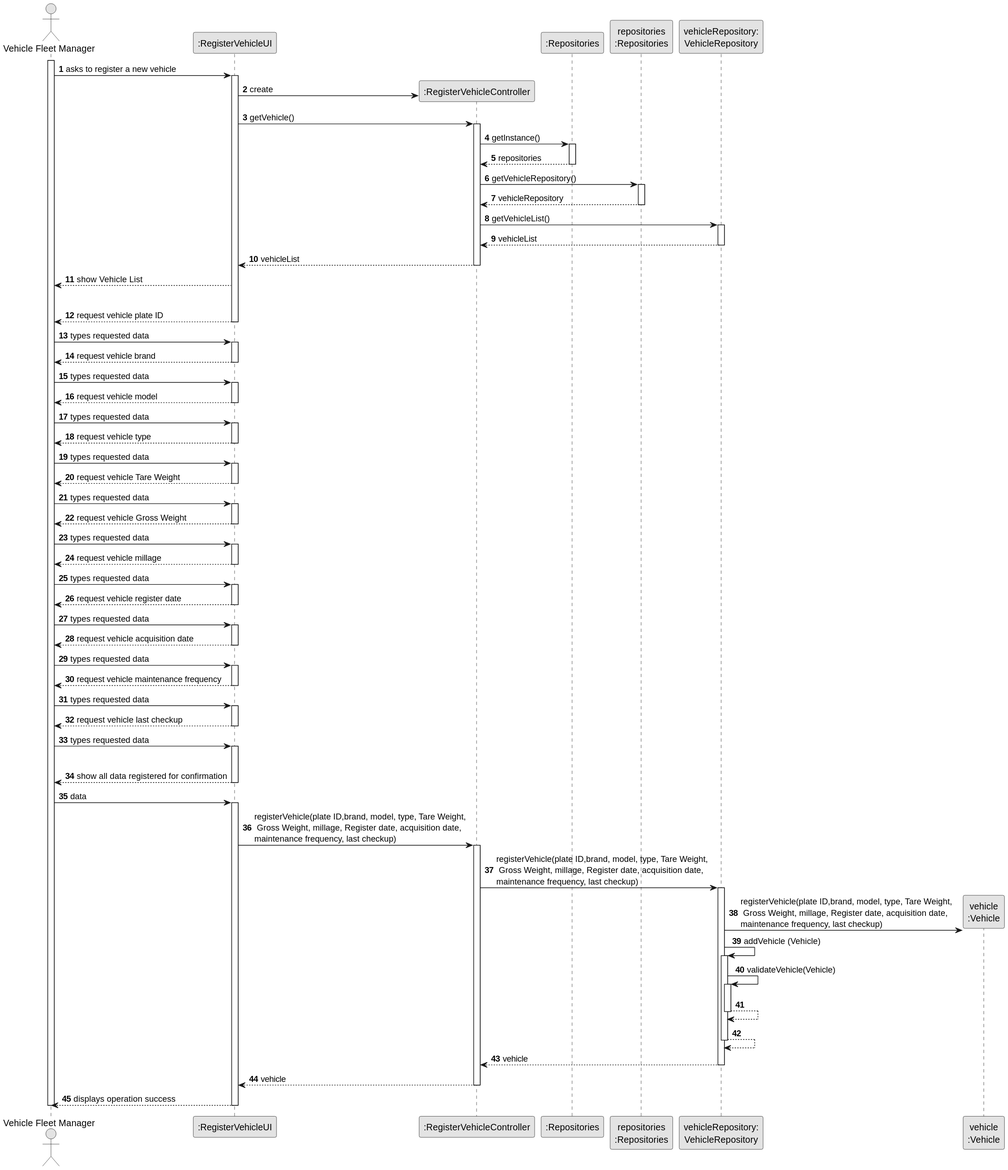
SAEmanuel/Green_Spaces_Management_ISEP keeps this PlantUML diagram as docs/sprintB/us006/03.design/svg/us006-sequence-diagram-full.svg. Above is the earlier version.
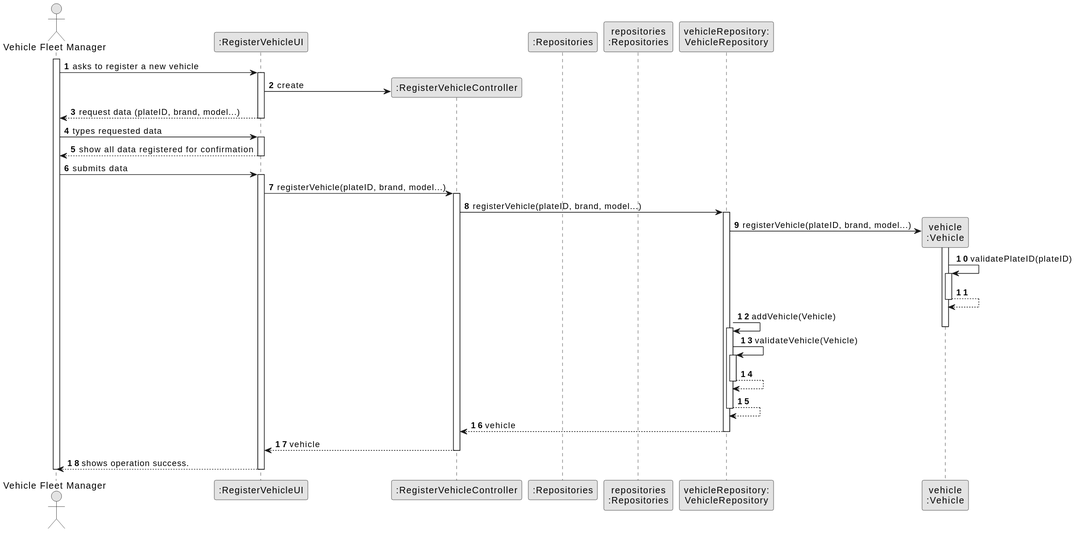
After the change.

Change to the diagram source:
```diff
@@ -21,118 +21,38 @@
 
             UI -> CTRL** : create
 
-            UI -> CTRL : getVehicle()
-            activate CTRL
-
-                CTRL -> RepositorySingleton : getInstance()
-                activate RepositorySingleton
-
-                    RepositorySingleton --> CTRL: repositories
-                deactivate RepositorySingleton
-
-                CTRL -> PLAT : getVehicleRepository()
-                activate PLAT
-
-                    PLAT --> CTRL: vehicleRepository
-                deactivate PLAT
-
-                CTRL -> vehicleRepository : getVehicleList()
-                activate vehicleRepository
-
-                    vehicleRepository --> CTRL : vehicleList
-                deactivate vehicleRepository
-
-                CTRL --> UI : vehicleList
-            deactivate CTRL
-
-
-        UI --> VFM : show Vehicle List
-        |||
-        UI --> VFM : request vehicle plate ID
+        UI --> VFM : request data (plateID, brand, model...)
             deactivate UI
 
         VFM -> UI : types requested data
         activate UI
 
-        UI --> VFM : request vehicle brand
-        deactivate UI
-
-        VFM -> UI : types requested data
-        activate UI
-
-        UI --> VFM : request vehicle model
-        deactivate UI
-
-        VFM -> UI : types requested data
-        activate UI
-
-        UI --> VFM : request vehicle type
-        deactivate UI
-
-        VFM -> UI : types requested data
-        activate UI
-
-        UI --> VFM : request vehicle Tare Weight
-        deactivate UI
-
-        VFM -> UI : types requested data
-        activate UI
-
-        UI --> VFM : request vehicle Gross Weight
-        deactivate UI
-
-        VFM -> UI : types requested data
-        activate UI
-
-        UI --> VFM : request vehicle millage
-        deactivate UI
-
-        VFM -> UI : types requested data
-        activate UI
-
-        UI --> VFM : request vehicle register date
-        deactivate UI
-
-        VFM -> UI : types requested data
-        activate UI
-
-        UI --> VFM : request vehicle acquisition date
-        deactivate UI
-
-        VFM -> UI : types requested data
-        activate UI
-
-        UI --> VFM : request vehicle maintenance frequency
-        deactivate UI
-
-        VFM -> UI : types requested data
-        activate UI
-
-        UI --> VFM : request vehicle last checkup
-        deactivate UI
-
-        VFM -> UI : types requested data
-        activate UI
-        |||
 
         UI --> VFM : show all data registered  for confirmation
         deactivate UI
 
-    VFM -> UI : data
+    VFM -> UI : submits data
     activate UI
 
-        UI -> CTRL : registerVehicle(plate ID,brand, model, type, Tare Weight,\n Gross Weight, millage, Register date, acquisition date,\nmaintenance frequency, last checkup)
+        UI -> CTRL : registerVehicle(plateID, brand, model...)
         activate CTRL
 
 
+            CTRL -> vehicleRepository: registerVehicle(plateID, brand, model...)
+            activate vehicleRepository
+
+            vehicleRepository -> VEICULO**: registerVehicle(plateID, brand, model...)
+            activate VEICULO
+
+            VEICULO -> VEICULO : validatePlateID(plateID)
+                activate VEICULO
+                    VEICULO --> VEICULO
+                deactivate VEICULO
 
 
-            CTRL -> vehicleRepository: registerVehicle(plate ID,brand, model, type, Tare Weight,\n Gross Weight, millage, Register date, acquisition date,\nmaintenance frequency, last checkup)
-            activate vehicleRepository
 
-                vehicleRepository -> VEICULO**: registerVehicle(plate ID,brand, model, type, Tare Weight,\n Gross Weight, millage, Register date, acquisition date,\nmaintenance frequency, last checkup)
-                vehicleRepository -> vehicleRepository: addVehicle (Vehicle)
-
+                vehicleRepository -> vehicleRepository: addVehicle(Vehicle)
+            deactivate VEICULO
 
                 activate vehicleRepository
                     vehicleRepository -> vehicleRepository: validateVehicle(Vehicle)
@@ -149,7 +69,7 @@
 
             CTRL --> UI: vehicle
             deactivate CTRL
-            UI --> VFM: displays operation success
+            UI --> VFM: shows operation success.
     deactivate UI
 
 deactivate VFM
```
